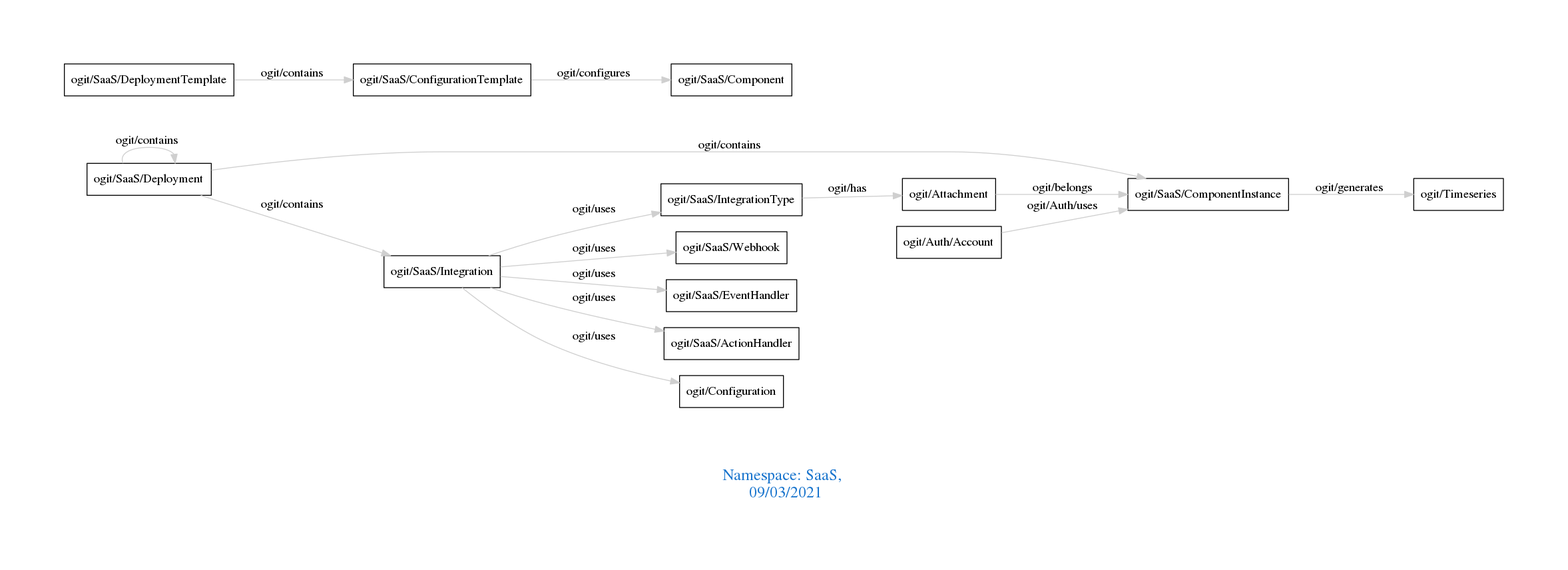
Above: downloads/SaaS.png in arago/OGIT (Graphviz), before the change. Its source is kept beside it as downloads/SaaS.dot.
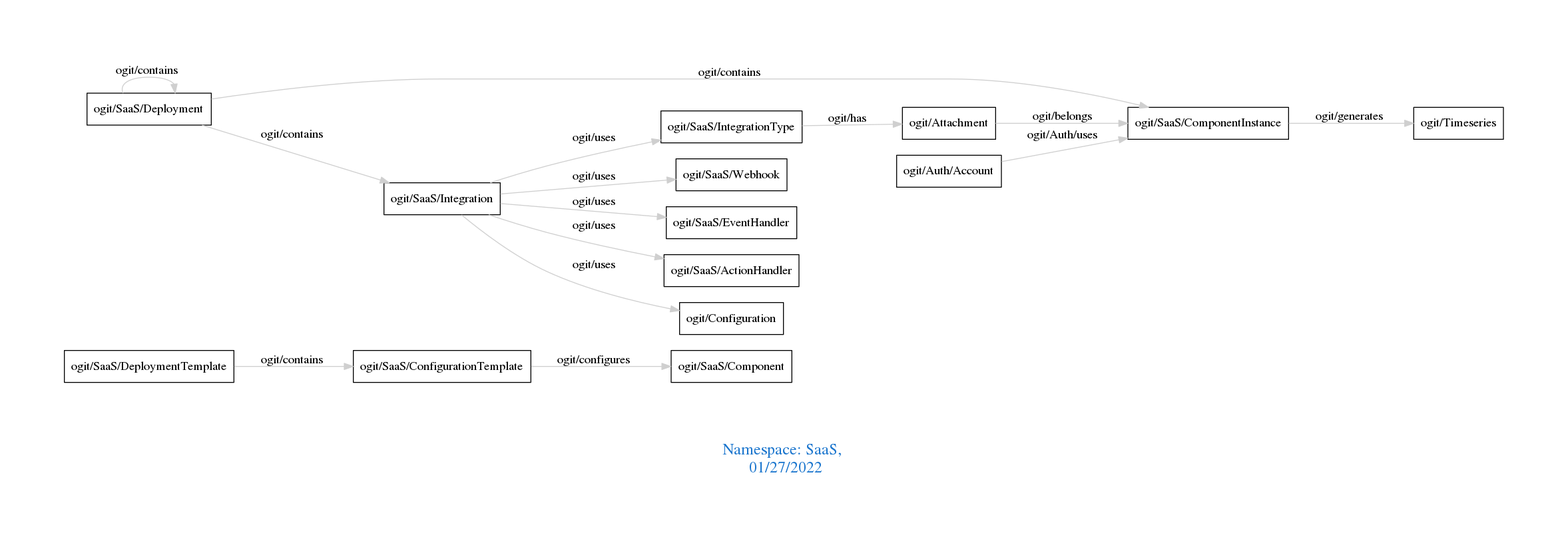
The same file after the commit.

Diff of the diagram source:
```diff
@@ -1,13 +1,13 @@
 digraph OGIT_ontology {
  graph [ rankdir= LR,pad=1
 fontsize = 18,
-fontcolor= dodgerblue3,label = "\n\n\nNamespace: SaaS, \n 09/03/2021"];
+fontcolor= dodgerblue3,label = "\n\n\nNamespace: SaaS, \n 01/27/2022"];
 node[shape=polygon];
 edge [  color="gray81"];
 
+   "ogit/SaaS/DeploymentTemplate" -> "ogit/SaaS/ConfigurationTemplate" [label="   ogit/contains    "];
    "ogit/SaaS/Deployment" -> "ogit/SaaS/ComponentInstance" [label="   ogit/contains    "];
    "ogit/SaaS/Deployment" -> "ogit/SaaS/Integration" [label="   ogit/contains    "];
-   "ogit/SaaS/DeploymentTemplate" -> "ogit/SaaS/ConfigurationTemplate" [label="   ogit/contains    "];
    "ogit/SaaS/ComponentInstance" -> "ogit/Timeseries" [label="   ogit/generates    "];
    "ogit/SaaS/ConfigurationTemplate" -> "ogit/SaaS/Component" [label="   ogit/configures    "];
    "ogit/Attachment" -> "ogit/SaaS/ComponentInstance" [label="   ogit/belongs    "];
```
